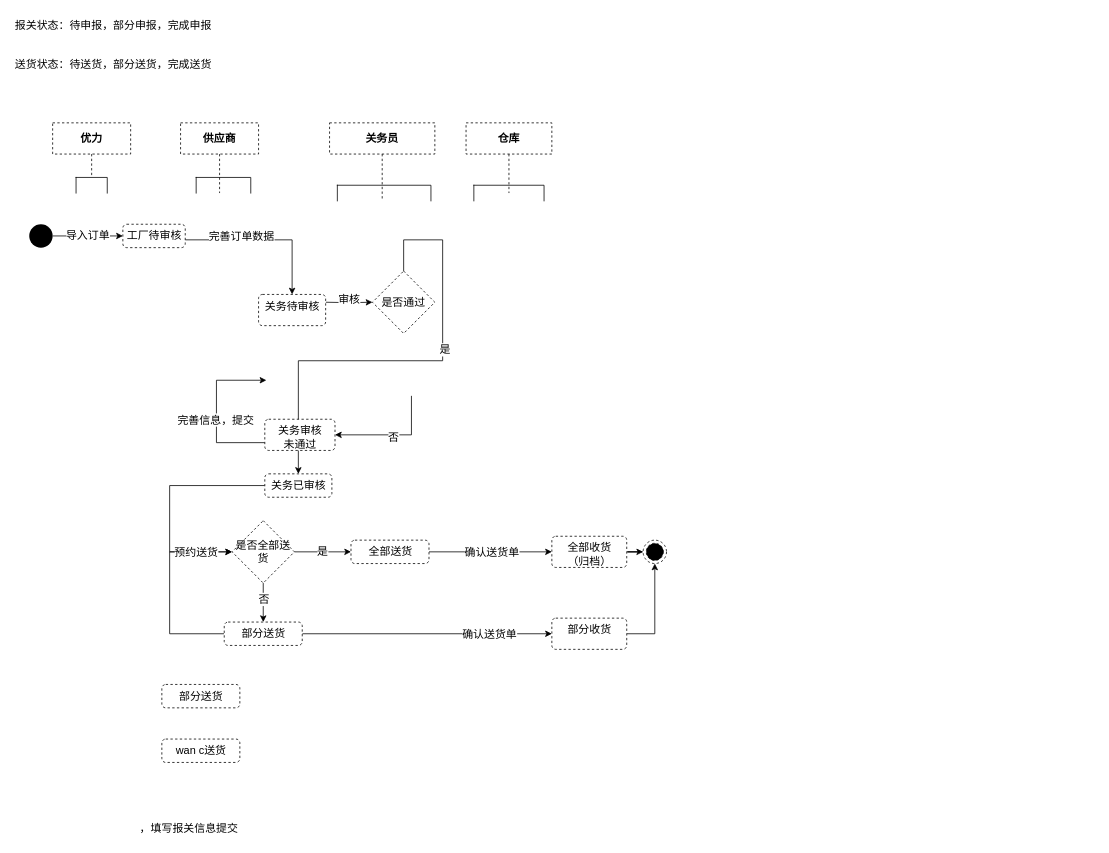
Above: page "订单状态图" (3 of 6) of shrine-doc/进区预约系统.drawio in easefulfil/CLOUDCARE (draw.io), before the change. Source tidied: cells renumbered, new cells numbered last; positions are measured from the earlier drawing's top-left corner, leaving out a move shared by most shapes. Both pictures are drawn from the tidied source at 78%, with x=0, y=0 at pixel (13, 13).
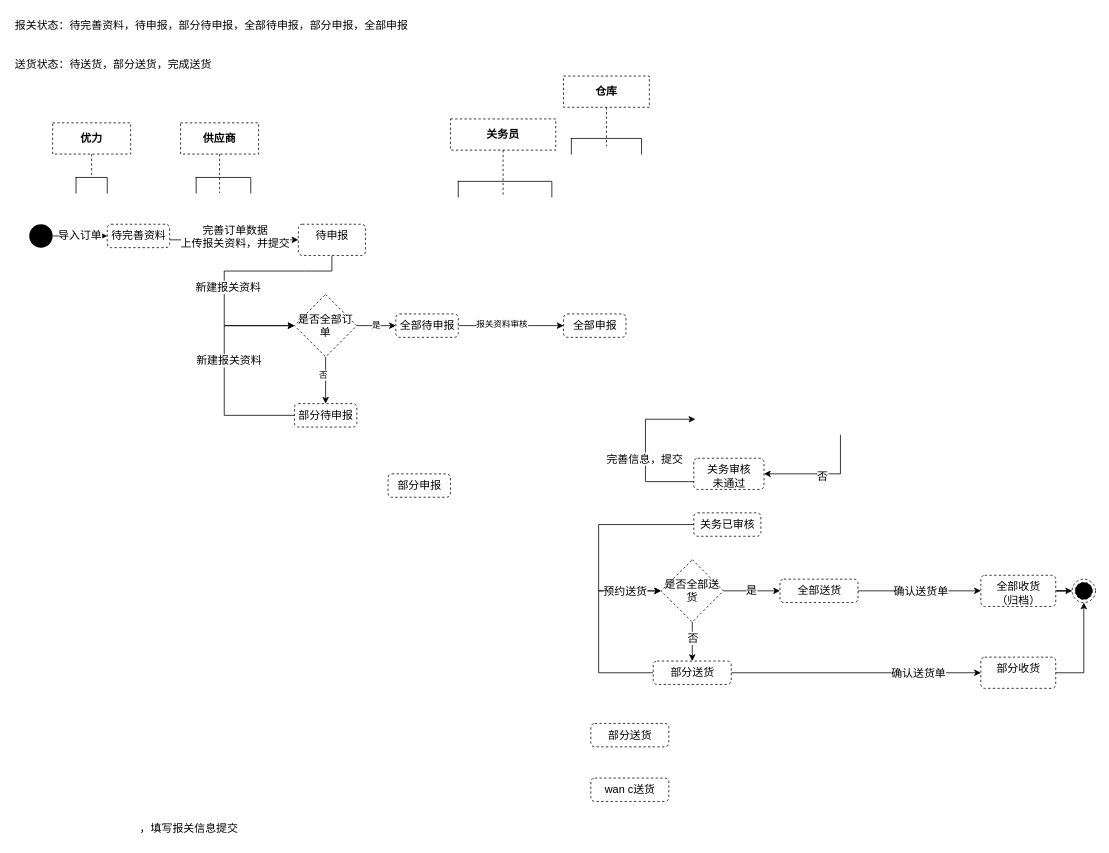
After the change.

The change refers to these unchanged cells:
```xml
<mxCell id="4" style="edgeStyle=orthogonalEdgeStyle;rounded=0;jettySize=auto;html=1;fontSize=14;" parent="1" edge="1" source="6" target="9">
  <mxGeometry relative="1" as="geometry">
    <Array as="points">
      <mxPoint x="280" y="290" />
      <mxPoint x="280" y="290" />
    </Array>
  </mxGeometry>
</mxCell>
```

The edit, as a diff of the source:
```diff
@@
-    <mxCell id="5" value="完善订单数据" style="edgeLabel;html=1;align=center;verticalAlign=middle;fontSize=14;" parent="4" vertex="1">
+    <mxCell id="5" value="完善订单数据&lt;br&gt;上传报关资料，并提交" style="edgeLabel;html=1;align=center;verticalAlign=middle;fontSize=14;" parent="4" vertex="1">
       <mxGeometry x="-0.24" y="-1" relative="1" as="geometry">
-        <mxPoint x="-8" y="-6" as="offset" />
+        <mxPoint x="20" y="-6" as="offset" />
       </mxGeometry>
     </mxCell>
-    <mxCell id="6" value="工厂待审核" style="html=1;align=center;verticalAlign=top;rounded=1;absoluteArcSize=1;arcSize=10;dashed=1;fontSize=14;" parent="1" vertex="1">
-      <mxGeometry x="140" y="270" width="80" height="30" as="geometry" />
+    <mxCell id="6" value="待完善资料" style="html=1;align=center;verticalAlign=top;rounded=1;absoluteArcSize=1;arcSize=10;dashed=1;fontSize=14;" parent="1" vertex="1">
+      <mxGeometry x="120" y="270" width="80" height="30" as="geometry" />
     </mxCell>
-    <mxCell id="7" style="edgeStyle=orthogonalEdgeStyle;rounded=0;jettySize=auto;html=1;fontSize=14;entryX=0;entryY=0.5;entryDx=0;entryDy=0;" parent="1" edge="1" target="26">
+    <mxCell id="7" style="edgeStyle=orthogonalEdgeStyle;rounded=0;jettySize=auto;html=1;fontSize=14;entryX=0;entryY=0.5;entryDx=0;entryDy=0;exitX=0.5;exitY=1;exitDx=0;exitDy=0;" parent="1" edge="1" source="9" target="26">
       <mxGeometry relative="1" as="geometry">
-        <mxPoint x="400" y="370" as="sourcePoint" />
+        <Array as="points">
+          <mxPoint x="373" y="330" />
+          <mxPoint x="270" y="330" />
+          <mxPoint x="270" y="380" />
+        </Array>
       </mxGeometry>
     </mxCell>
-    <mxCell id="8" value="审核" style="edgeLabel;html=1;align=center;verticalAlign=middle;fontSize=14;" parent="7" vertex="1">
-      <mxGeometry x="-0.03" y="4" relative="1" as="geometry" />
+    <mxCell id="8" value="新建报关资料" style="edgeLabel;html=1;align=center;verticalAlign=middle;fontSize=14;" parent="7" vertex="1">
+      <mxGeometry x="-0.03" y="4" relative="1" as="geometry">
+        <mxPoint y="16" as="offset" />
+      </mxGeometry>
     </mxCell>
-    <mxCell id="9" value="关务待审核" style="html=1;align=center;verticalAlign=top;rounded=1;absoluteArcSize=1;arcSize=10;dashed=1;fontSize=14;" parent="1" vertex="1">
-      <mxGeometry x="314" y="360" width="86" height="40" as="geometry" />
+    <mxCell id="9" value="待申报" style="html=1;align=center;verticalAlign=top;rounded=1;absoluteArcSize=1;arcSize=10;dashed=1;fontSize=14;" parent="1" vertex="1">
+      <mxGeometry x="365" y="270" width="86" height="40" as="geometry" />
     </mxCell>
     <mxCell id="10" style="edgeStyle=orthogonalEdgeStyle;rounded=0;jettySize=auto;html=1;entryX=0;entryY=0.5;entryDx=0;entryDy=0;fontSize=14;exitX=0;exitY=0.5;exitDx=0;exitDy=0;" parent="1" edge="1" source="11" target="33">
       <mxGeometry relative="1" as="geometry">
         <Array as="points">
-          <mxPoint x="200" y="605" />
-          <mxPoint x="200" y="690" />
+          <mxPoint x="750" y="655" />
+          <mxPoint x="750" y="740" />
         </Array>
       </mxGeometry>
     </mxCell>
     <mxCell id="11" value="关务已审核" style="html=1;align=center;verticalAlign=top;rounded=1;absoluteArcSize=1;arcSize=10;dashed=1;fontSize=14;" parent="1" vertex="1">
-      <mxGeometry x="322" y="590" width="86" height="30" as="geometry" />
+      <mxGeometry x="872" y="640" width="86" height="30" as="geometry" />
     </mxCell>
     <mxCell id="12" style="edgeStyle=orthogonalEdgeStyle;rounded=0;jettySize=auto;html=1;fontSize=14;entryX=0;entryY=0.5;entryDx=0;entryDy=0;" parent="1" edge="1" source="16" target="33">
       <mxGeometry relative="1" as="geometry">
         <Array as="points">
-          <mxPoint x="200" y="795" />
-          <mxPoint x="200" y="690" />
+          <mxPoint x="750" y="845" />
+          <mxPoint x="750" y="740" />
         </Array>
       </mxGeometry>
     </mxCell>
@@
     <mxCell id="16" value="部分送货" style="html=1;align=center;verticalAlign=top;rounded=1;absoluteArcSize=1;arcSize=10;dashed=1;fontSize=14;" parent="1" vertex="1">
-      <mxGeometry x="270" y="780" width="100" height="30" as="geometry" />
+      <mxGeometry x="820" y="830" width="100" height="30" as="geometry" />
     </mxCell>
@@
     <mxCell id="19" value="全部送货" style="html=1;align=center;verticalAlign=top;rounded=1;absoluteArcSize=1;arcSize=10;dashed=1;fontSize=14;" parent="1" vertex="1">
-      <mxGeometry x="432.5" y="675" width="100" height="30" as="geometry" />
+      <mxGeometry x="982.5" y="725" width="100" height="30" as="geometry" />
     </mxCell>
@@
     <mxCell id="21" value="全部收货&lt;br&gt;（归档）" style="html=1;align=center;verticalAlign=top;rounded=1;absoluteArcSize=1;arcSize=10;dashed=1;fontSize=14;" parent="1" vertex="1">
-      <mxGeometry x="690" y="670" width="96" height="40" as="geometry" />
+      <mxGeometry x="1240" y="720" width="96" height="40" as="geometry" />
     </mxCell>
-    <mxCell id="22" style="edgeStyle=orthogonalEdgeStyle;rounded=0;jettySize=auto;html=1;fontSize=14;" parent="1" edge="1" source="26" target="11">
-      <mxGeometry relative="1" as="geometry">
-        <Array as="points">
-          <mxPoint x="550" y="290" />
-          <mxPoint x="550" y="445" />
-        </Array>
-      </mxGeometry>
-    </mxCell>
-    <mxCell id="23" value="是" style="edgeLabel;html=1;align=center;verticalAlign=middle;fontSize=14;" parent="22" vertex="1">
-      <mxGeometry x="-0.2" y="2" relative="1" as="geometry" />
-    </mxCell>
     <mxCell id="24" style="edgeStyle=orthogonalEdgeStyle;rounded=0;jettySize=auto;html=1;entryX=1;entryY=0.5;entryDx=0;entryDy=0;fontSize=14;exitX=0.5;exitY=1;exitDx=0;exitDy=0;" parent="1" edge="1" target="29">
       <mxGeometry relative="1" as="geometry">
-        <mxPoint x="510" y="490" as="sourcePoint" />
+        <mxPoint x="1060" y="540" as="sourcePoint" />
         <Array as="points">
-          <mxPoint x="510" y="540" />
+          <mxPoint x="1060" y="590" />
         </Array>
       </mxGeometry>
     </mxCell>
@@
+    <mxCell id="50" style="edgeStyle=orthogonalEdgeStyle;rounded=0;jettySize=auto;html=1;entryX=0.5;entryY=0;entryDx=0;entryDy=0;" parent="1" edge="1" source="26" target="56">
+      <mxGeometry relative="1" as="geometry" />
+    </mxCell>
+    <mxCell id="51" value="否" style="edgeLabel;html=1;align=center;verticalAlign=middle;" parent="50" vertex="1">
+      <mxGeometry x="-0.23" y="-4" relative="1" as="geometry" />
+    </mxCell>
+    <mxCell id="23" value="是" style="edgeStyle=orthogonalEdgeStyle;rounded=0;jettySize=auto;html=1;" parent="1" edge="1" source="26" target="54">
+      <mxGeometry relative="1" as="geometry" />
+    </mxCell>
-    <mxCell id="26" value="是否通过" style="rhombus;whiteSpace=wrap;html=1;dashed=1;fontSize=14;" parent="1" vertex="1">
-      <mxGeometry x="460" y="330" width="80" height="80" as="geometry" />
+    <mxCell id="26" value="是否全部订单" style="rhombus;whiteSpace=wrap;html=1;dashed=1;fontSize=14;" parent="1" vertex="1">
+      <mxGeometry x="360" y="360" width="80" height="80" as="geometry" />
     </mxCell>
     <mxCell id="27" style="edgeStyle=orthogonalEdgeStyle;rounded=0;jettySize=auto;html=1;entryX=0;entryY=1;entryDx=0;entryDy=0;fontSize=14;" parent="1" edge="1" source="29">
       <mxGeometry relative="1" as="geometry">
-        <mxPoint x="324" y="470" as="targetPoint" />
+        <mxPoint x="874" y="520" as="targetPoint" />
         <Array as="points">
-          <mxPoint x="260" y="550" />
-          <mxPoint x="260" y="470" />
+          <mxPoint x="810" y="600" />
+          <mxPoint x="810" y="520" />
         </Array>
       </mxGeometry>
     </mxCell>
@@
     <mxCell id="29" value="关务审核&lt;br&gt;未通过" style="html=1;align=center;verticalAlign=top;rounded=1;absoluteArcSize=1;arcSize=10;dashed=1;fontSize=14;" parent="1" vertex="1">
-      <mxGeometry x="322" y="520" width="90" height="40" as="geometry" />
+      <mxGeometry x="872" y="570" width="90" height="40" as="geometry" />
     </mxCell>
@@
     <mxCell id="33" value="是否全部送货" style="rhombus;whiteSpace=wrap;html=1;dashed=1;fontSize=14;" parent="1" vertex="1">
-      <mxGeometry x="280" y="650" width="80" height="80" as="geometry" />
+      <mxGeometry x="830" y="700" width="80" height="80" as="geometry" />
     </mxCell>
     <mxCell id="34" style="ellipse;html=1;shape=endState;fillColor=#000000;strokeColor=#000000;dashed=1;fontSize=14;" parent="1" vertex="1">
-      <mxGeometry x="807" y="675" width="30" height="30" as="geometry" />
+      <mxGeometry x="1357" y="725" width="30" height="30" as="geometry" />
     </mxCell>
@@
     <mxCell id="39" value="&lt;span style=&quot;font-weight: 700&quot;&gt;关务员&lt;/span&gt;" style="shape=umlLifeline;perimeter=lifelinePerimeter;whiteSpace=wrap;html=1;dashed=1;fontSize=14;" parent="1" vertex="1">
-      <mxGeometry x="405" y="140" width="135" height="100" as="geometry" />
+      <mxGeometry x="560" y="135" width="135" height="100" as="geometry" />
     </mxCell>
@@
     <mxCell id="41" value="&lt;span style=&quot;font-weight: 700&quot;&gt;仓库&lt;/span&gt;" style="shape=umlLifeline;perimeter=lifelinePerimeter;whiteSpace=wrap;html=1;dashed=1;fontSize=14;" parent="1" vertex="1">
-      <mxGeometry x="580" y="140" width="110" height="90" as="geometry" />
+      <mxGeometry x="705" y="80" width="110" height="90" as="geometry" />
     </mxCell>
@@
     <mxCell id="44" value="部分收货" style="html=1;align=center;verticalAlign=top;rounded=1;absoluteArcSize=1;arcSize=10;dashed=1;fontSize=14;" parent="1" vertex="1">
-      <mxGeometry x="690" y="775" width="96" height="40" as="geometry" />
+      <mxGeometry x="1240" y="825" width="96" height="40" as="geometry" />
     </mxCell>
@@
     <mxCell id="46" value="部分送货" style="html=1;align=center;verticalAlign=top;rounded=1;absoluteArcSize=1;arcSize=10;dashed=1;fontSize=14;" parent="1" vertex="1">
-      <mxGeometry x="190" y="860" width="100" height="30" as="geometry" />
+      <mxGeometry x="740" y="910" width="100" height="30" as="geometry" />
     </mxCell>
     <mxCell id="47" value="wan c送货" style="html=1;align=center;verticalAlign=top;rounded=1;absoluteArcSize=1;arcSize=10;dashed=1;fontSize=14;" parent="1" vertex="1">
-      <mxGeometry x="190" y="930" width="100" height="30" as="geometry" />
+      <mxGeometry x="740" y="980" width="100" height="30" as="geometry" />
     </mxCell>
-    <mxCell id="48" value="&lt;span style=&quot;color: rgb(0 , 0 , 0) ; font-family: &amp;#34;helvetica&amp;#34; ; font-size: 14px ; font-style: normal ; font-weight: 400 ; letter-spacing: normal ; text-align: center ; text-indent: 0px ; text-transform: none ; word-spacing: 0px ; background-color: rgb(255 , 255 , 255) ; display: inline ; float: none&quot;&gt;报关状态：待申报，部分申报，完成申报&lt;/span&gt;" style="text;whiteSpace=wrap;html=1;" parent="1" vertex="1">
-      <mxGeometry width="260" height="30" as="geometry" />
+    <mxCell id="48" value="&lt;span style=&quot;color: rgb(0 , 0 , 0) ; font-family: &amp;#34;helvetica&amp;#34; ; font-size: 14px ; font-style: normal ; font-weight: 400 ; letter-spacing: normal ; text-align: center ; text-indent: 0px ; text-transform: none ; word-spacing: 0px ; background-color: rgb(255 , 255 , 255) ; display: inline ; float: none&quot;&gt;报关状态：待完善资料，待申报，部分待申报，全部待申报，&lt;/span&gt;&lt;span style=&quot;font-family: &amp;#34;helvetica&amp;#34; ; font-size: 14px ; text-align: center ; background-color: rgb(255 , 255 , 255)&quot;&gt;部分申报，全部申报&lt;/span&gt;" style="text;whiteSpace=wrap;html=1;" parent="1" vertex="1">
+      <mxGeometry width="570" height="30" as="geometry" />
     </mxCell>
@@
+    <mxCell id="52" style="edgeStyle=orthogonalEdgeStyle;rounded=0;jettySize=auto;html=1;" parent="1" edge="1" source="54" target="58">
+      <mxGeometry relative="1" as="geometry" />
+    </mxCell>
+    <mxCell id="53" value="报关资料审核" style="edgeLabel;html=1;align=center;verticalAlign=middle;" parent="52" vertex="1">
+      <mxGeometry x="-0.18" y="3" relative="1" as="geometry" />
+    </mxCell>
+    <mxCell id="54" value="全部待申报" style="html=1;align=center;verticalAlign=top;rounded=1;absoluteArcSize=1;arcSize=10;dashed=1;fontSize=14;" parent="1" vertex="1">
+      <mxGeometry x="490" y="385" width="80" height="30" as="geometry" />
+    </mxCell>
+    <mxCell id="55" style="edgeStyle=orthogonalEdgeStyle;rounded=0;jettySize=auto;html=1;entryX=0;entryY=0.5;entryDx=0;entryDy=0;" parent="1" edge="1" source="56" target="26">
+      <mxGeometry relative="1" as="geometry">
+        <Array as="points">
+          <mxPoint x="270" y="515" />
+          <mxPoint x="270" y="400" />
+        </Array>
+      </mxGeometry>
+    </mxCell>
+    <mxCell id="56" value="部分待申报" style="html=1;align=center;verticalAlign=top;rounded=1;absoluteArcSize=1;arcSize=10;dashed=1;fontSize=14;" parent="1" vertex="1">
+      <mxGeometry x="360" y="500" width="80" height="30" as="geometry" />
+    </mxCell>
+    <mxCell id="57" value="新建报关资料" style="edgeLabel;html=1;align=center;verticalAlign=middle;fontSize=14;" parent="1" vertex="1">
+      <mxGeometry x="280" y="360" as="geometry">
+        <mxPoint x="-5" y="84" as="offset" />
+      </mxGeometry>
+    </mxCell>
+    <mxCell id="58" value="全部申报" style="html=1;align=center;verticalAlign=top;rounded=1;absoluteArcSize=1;arcSize=10;dashed=1;fontSize=14;" parent="1" vertex="1">
+      <mxGeometry x="705" y="385" width="80" height="30" as="geometry" />
+    </mxCell>
+    <mxCell id="59" value="部分申报" style="html=1;align=center;verticalAlign=top;rounded=1;absoluteArcSize=1;arcSize=10;dashed=1;fontSize=14;" parent="1" vertex="1">
+      <mxGeometry x="480" y="590" width="80" height="30" as="geometry" />
+    </mxCell>
```
